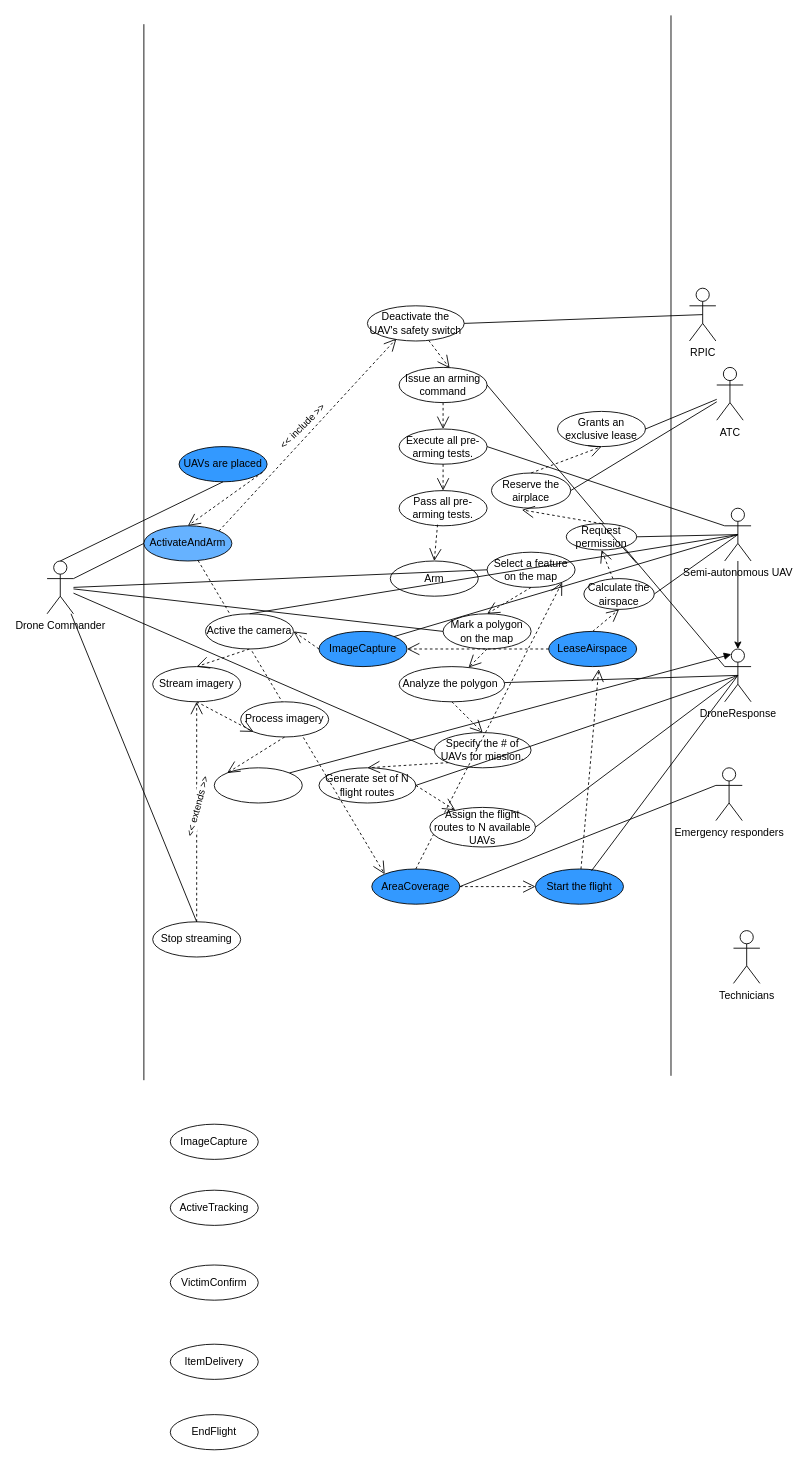
This is Assignment-6-Ex-1.drawio from bekzod-amonov/Software-Engineering, a draw.io file, before an edit. Source tidied: cells renumbered, new cells numbered last; positions are measured from the earlier drawing's top-left corner, leaving out a move shared by most shapes. Both pictures are drawn from the tidied source at 88%, with x=0, y=0 at pixel (47, 15).
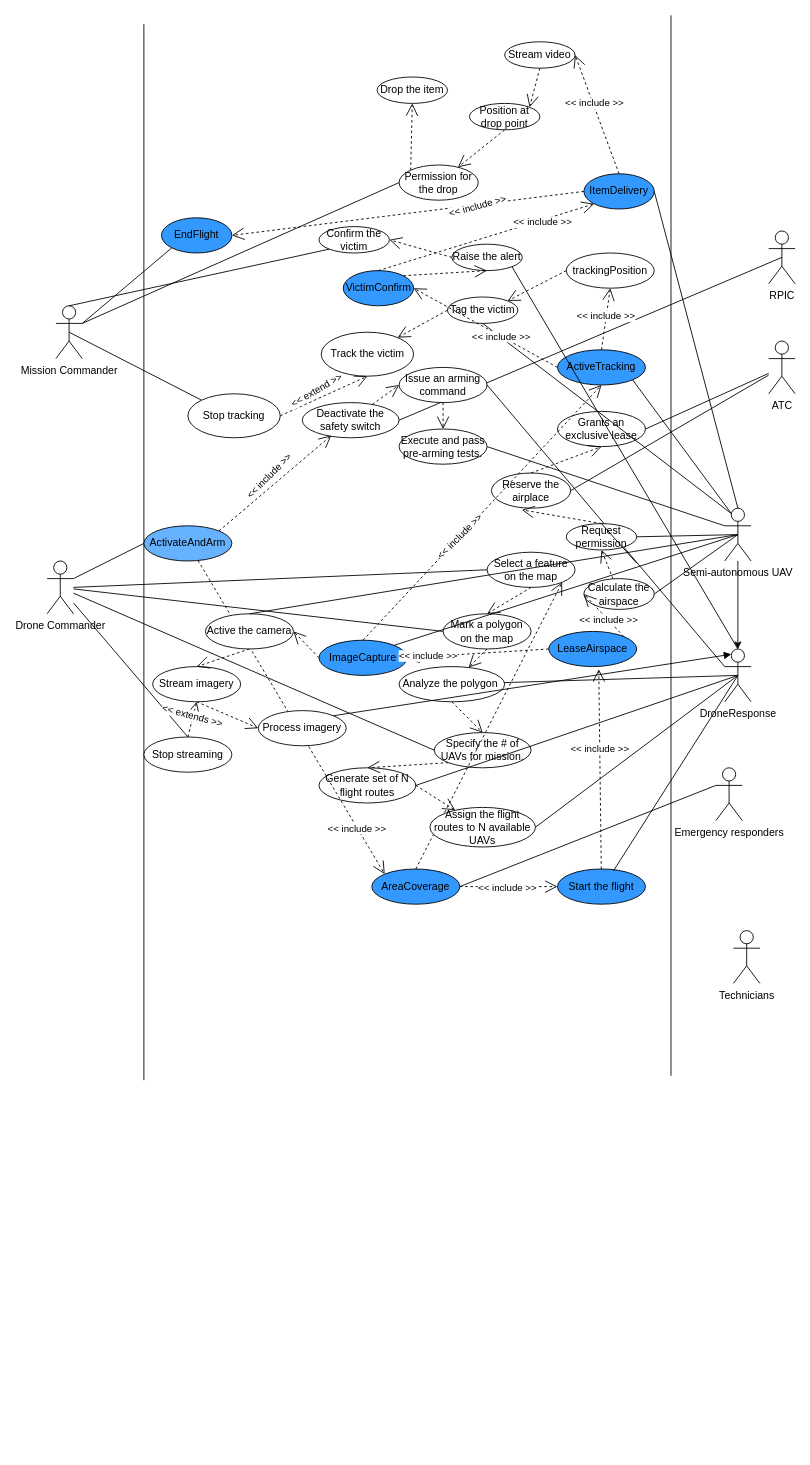
Above is the later version.

The change refers to these unchanged cells:
```xml
<mxCell id="4" value="Drone Commander" style="shape=umlActor;verticalLabelPosition=bottom;verticalAlign=top;html=1;" parent="1" vertex="1">
  <mxGeometry y="620" width="30" height="60" as="geometry" />
</mxCell>
<mxCell id="5" value="Semi-autonomous UAV" style="shape=umlActor;verticalLabelPosition=bottom;verticalAlign=top;html=1;" parent="1" vertex="1">
  <mxGeometry x="770" y="560" width="30" height="60" as="geometry" />
</mxCell>
<mxCell id="7" value="DroneResponse" style="shape=umlActor;verticalLabelPosition=bottom;verticalAlign=top;html=1;" parent="1" vertex="1">
  <mxGeometry x="770" y="720" width="30" height="60" as="geometry" />
</mxCell>
<mxCell id="10" value="ActivateAndArm" style="ellipse;whiteSpace=wrap;html=1;align=center;fillColor=#66B2FF;" parent="1" vertex="1">
  <mxGeometry x="110" y="580" width="100" height="40" as="geometry" />
</mxCell>
<mxCell id="12" value="LeaseAirspace" style="ellipse;whiteSpace=wrap;html=1;align=center;fillColor=#3399FF;" parent="1" vertex="1">
  <mxGeometry x="570" y="700" width="100" height="40" as="geometry" />
</mxCell>
<mxCell id="25" value="Issue an arming command" style="ellipse;whiteSpace=wrap;html=1;align=center;" parent="1" vertex="1">
  <mxGeometry x="400" y="400" width="100" height="40" as="geometry" />
</mxCell>
<mxCell id="52" style="endArrow=open;endSize=12;dashed=1;html=1;rounded=0;entryX=0;entryY=0;entryDx=0;entryDy=0;" parent="1" edge="1" source="10" target="11">
  <mxGeometry x="-0.19" y="26" relative="1" as="geometry" />
</mxCell>
<mxCell id="54" style="endArrow=open;endSize=12;dashed=1;html=1;rounded=0;exitX=1;exitY=0.5;exitDx=0;exitDy=0;entryX=0;entryY=0.5;entryDx=0;entryDy=0;" parent="1" edge="1" source="11" target="53">
  <mxGeometry x="-0.19" y="26" relative="1" as="geometry" />
</mxCell>
<mxCell id="56" style="endArrow=open;endSize=12;dashed=1;html=1;rounded=0;entryX=0.569;entryY=1.075;entryDx=0;entryDy=0;entryPerimeter=0;" parent="1" edge="1" source="53" target="12">
  <mxGeometry x="-0.19" y="26" relative="1" as="geometry" />
</mxCell>
<mxCell id="57" value="Calculate the airspace" style="ellipse;whiteSpace=wrap;html=1;align=center;" parent="1" vertex="1">
  <mxGeometry x="610" y="640" width="80" height="35" as="geometry" />
</mxCell>
<mxCell id="77" value="Stream imagery" style="ellipse;whiteSpace=wrap;html=1;align=center;" parent="1" vertex="1">
  <mxGeometry x="120" y="740" width="100" height="40" as="geometry" />
</mxCell>
<mxCell id="82" style="endArrow=open;endSize=12;dashed=1;html=1;rounded=0;exitX=0.5;exitY=0;exitDx=0;exitDy=0;entryX=0.5;entryY=1;entryDx=0;entryDy=0;" parent="1" edge="1" source="80" target="77">
  <mxGeometry x="-0.19" y="26" relative="1" as="geometry" />
</mxCell>
<mxCell id="84" style="endArrow=open;endSize=12;dashed=1;html=1;rounded=0;exitX=0;exitY=0.5;exitDx=0;exitDy=0;entryX=1;entryY=0.5;entryDx=0;entryDy=0;" parent="1" edge="1" source="12" target="75">
  <mxGeometry x="-0.19" y="26" relative="1" as="geometry" />
</mxCell>
```

The edit, as a diff of the source:
```diff
@@
     <mxCell id="8" value="RPIC" style="shape=umlActor;verticalLabelPosition=bottom;verticalAlign=top;html=1;" parent="1" vertex="1">
-      <mxGeometry x="730" y="310" width="30" height="60" as="geometry" />
+      <mxGeometry x="820" y="245" width="30" height="60" as="geometry" />
     </mxCell>
@@
-    <mxCell id="13" value="ImageCapture" style="ellipse;whiteSpace=wrap;html=1;align=center;" parent="1" vertex="1">
-      <mxGeometry x="140" y="1260" width="100" height="40" as="geometry" />
-    </mxCell>
-    <mxCell id="14" value="ActiveTracking" style="ellipse;whiteSpace=wrap;html=1;align=center;" parent="1" vertex="1">
-      <mxGeometry x="140" y="1335" width="100" height="40" as="geometry" />
-    </mxCell>
-    <mxCell id="15" value="VictimConfirm" style="ellipse;whiteSpace=wrap;html=1;align=center;" parent="1" vertex="1">
-      <mxGeometry x="140" y="1420" width="100" height="40" as="geometry" />
-    </mxCell>
-    <mxCell id="16" value="ItemDelivery" style="ellipse;whiteSpace=wrap;html=1;align=center;" parent="1" vertex="1">
-      <mxGeometry x="140" y="1510" width="100" height="40" as="geometry" />
-    </mxCell>
-    <mxCell id="17" value="EndFlight" style="ellipse;whiteSpace=wrap;html=1;align=center;" parent="1" vertex="1">
-      <mxGeometry x="140" y="1590" width="100" height="40" as="geometry" />
-    </mxCell>
@@
-    <mxCell id="21" value="Deactivate the UAV's safety switch" style="ellipse;whiteSpace=wrap;html=1;align=center;" parent="1" vertex="1">
-      <mxGeometry x="364" y="330" width="110" height="40" as="geometry" />
+    <mxCell id="21" value="Deactivate the safety switch" style="ellipse;whiteSpace=wrap;html=1;align=center;" parent="1" vertex="1">
+      <mxGeometry x="290" y="440" width="110" height="40" as="geometry" />
     </mxCell>
@@
-    <mxCell id="23" style="endArrow=open;endSize=12;dashed=1;html=1;rounded=0;entryX=0.574;entryY=0.021;entryDx=0;entryDy=0;entryPerimeter=0;" parent="1" edge="1" source="21" target="25">
+    <mxCell id="23" style="endArrow=open;endSize=12;dashed=1;html=1;rounded=0;entryX=0;entryY=0.5;entryDx=0;entryDy=0;" parent="1" edge="1" source="21" target="25">
       <mxGeometry x="-0.19" y="26" relative="1" as="geometry" />
     </mxCell>
@@
-    <mxCell id="26" value="Execute all pre-arming tests." style="ellipse;whiteSpace=wrap;html=1;align=center;" parent="1" vertex="1">
+    <mxCell id="26" value="Execute and pass pre-arming tests." style="ellipse;whiteSpace=wrap;html=1;align=center;" parent="1" vertex="1">
       <mxGeometry x="400" y="470" width="100" height="40" as="geometry" />
     </mxCell>
@@
-    <mxCell id="28" value="Pass all pre-arming tests." style="ellipse;whiteSpace=wrap;html=1;align=center;" parent="1" vertex="1">
-      <mxGeometry x="400" y="540" width="100" height="40" as="geometry" />
-    </mxCell>
-    <mxCell id="29" style="endArrow=open;endSize=12;dashed=1;html=1;rounded=0;exitX=0.5;exitY=1;exitDx=0;exitDy=0;entryX=0.5;entryY=0;entryDx=0;entryDy=0;" parent="1" edge="1" source="26" target="28">
-      <mxGeometry x="-0.19" y="26" relative="1" as="geometry" />
-    </mxCell>
@@
-    <mxCell id="32" value="Arm" style="ellipse;whiteSpace=wrap;html=1;align=center;" parent="1" vertex="1">
-      <mxGeometry x="390" y="620" width="100" height="40" as="geometry" />
-    </mxCell>
-    <mxCell id="33" style="endArrow=open;endSize=12;dashed=1;html=1;rounded=0;exitX=0.437;exitY=0.968;exitDx=0;exitDy=0;entryX=0.5;entryY=0;entryDx=0;entryDy=0;exitPerimeter=0;" parent="1" edge="1" source="28" target="32">
-      <mxGeometry x="-0.19" y="26" relative="1" as="geometry" />
-    </mxCell>
@@
-    <mxCell id="49" value="UAVs are placed" style="ellipse;whiteSpace=wrap;html=1;align=center;fillColor=#3399FF;" parent="1" vertex="1">
-      <mxGeometry x="150" y="490" width="100" height="40" as="geometry" />
-    </mxCell>
-    <mxCell id="50" style="endArrow=none;html=1;rounded=0;exitX=0.5;exitY=0;exitDx=0;exitDy=0;exitPerimeter=0;entryX=0.5;entryY=1;entryDx=0;entryDy=0;" parent="1" edge="1" source="4" target="49">
-      <mxGeometry relative="1" as="geometry" />
-    </mxCell>
-    <mxCell id="51" style="endArrow=open;endSize=12;dashed=1;html=1;rounded=0;exitX=0.948;exitY=0.733;exitDx=0;exitDy=0;entryX=0.5;entryY=0;entryDx=0;entryDy=0;exitPerimeter=0;fillColor=#3399FF;" parent="1" edge="1" source="49" target="10">
-      <mxGeometry x="-0.19" y="26" relative="1" as="geometry" />
-    </mxCell>
@@
+    <mxCell id="92" value="&amp;lt;&amp;lt; include &amp;gt;&amp;gt;" style="edgeLabel;html=1;align=center;verticalAlign=middle;" parent="52" vertex="1">
+      <mxGeometry x="0.7" y="-1" relative="1" as="geometry" />
+    </mxCell>
     <mxCell id="53" value="Start the flight" style="ellipse;whiteSpace=wrap;html=1;align=center;fillColor=#3399FF;" parent="1" vertex="1">
-      <mxGeometry x="555" y="970" width="100" height="40" as="geometry" />
+      <mxGeometry x="580" y="970" width="100" height="40" as="geometry" />
     </mxCell>
@@
+    <mxCell id="93" value="&amp;lt;&amp;lt; include &amp;gt;&amp;gt;" style="edgeLabel;html=1;align=center;verticalAlign=middle;" parent="54" vertex="1">
+      <mxGeometry x="-0.05" y="-1" relative="1" as="geometry" />
+    </mxCell>
@@
+    <mxCell id="94" value="&amp;lt;&amp;lt; include &amp;gt;&amp;gt;" style="edgeLabel;html=1;align=center;verticalAlign=middle;" parent="56" vertex="1">
+      <mxGeometry x="0.21" y="1" relative="1" as="geometry" />
+    </mxCell>
@@
-    <mxCell id="59" style="endArrow=open;endSize=12;dashed=1;html=1;rounded=0;exitX=0.5;exitY=0;exitDx=0;exitDy=0;entryX=0.5;entryY=1;entryDx=0;entryDy=0;" parent="1" edge="1" source="12" target="57">
+    <mxCell id="59" style="endArrow=open;endSize=12;dashed=1;html=1;rounded=0;exitX=1;exitY=0;exitDx=0;exitDy=0;entryX=0;entryY=0.5;entryDx=0;entryDy=0;" parent="1" edge="1" source="12" target="57">
       <mxGeometry x="-0.19" y="26" relative="1" as="geometry" />
     </mxCell>
+    <mxCell id="95" value="&amp;lt;&amp;lt; include &amp;gt;&amp;gt;" style="edgeLabel;html=1;align=center;verticalAlign=middle;" parent="59" vertex="1">
+      <mxGeometry x="-0.22" relative="1" as="geometry" />
+    </mxCell>
     <mxCell id="60" value="ATC" style="shape=umlActor;verticalLabelPosition=bottom;verticalAlign=top;html=1;" parent="1" vertex="1">
-      <mxGeometry x="761" y="400" width="30" height="60" as="geometry" />
+      <mxGeometry x="820" y="370" width="30" height="60" as="geometry" />
     </mxCell>
@@
     <mxCell id="75" value="ImageCapture" style="ellipse;whiteSpace=wrap;html=1;align=center;fillColor=#3399FF;" parent="1" vertex="1">
-      <mxGeometry x="309" y="700" width="100" height="40" as="geometry" />
+      <mxGeometry x="309" y="710" width="100" height="40" as="geometry" />
     </mxCell>
@@
-    <mxCell id="78" value="Process imagery" style="ellipse;whiteSpace=wrap;html=1;align=center;" parent="1" vertex="1">
-      <mxGeometry x="220" y="780" width="100" height="40" as="geometry" />
-    </mxCell>
-    <mxCell id="79" style="ellipse;whiteSpace=wrap;html=1;align=center;" parent="1" vertex="1">
-      <mxGeometry x="190" y="855" width="100" height="40" as="geometry" />
+    <mxCell id="79" value="Process imagery" style="ellipse;whiteSpace=wrap;html=1;align=center;" parent="1" vertex="1">
+      <mxGeometry x="240" y="790" width="100" height="40" as="geometry" />
     </mxCell>
     <mxCell id="80" value="Stop streaming" style="ellipse;whiteSpace=wrap;html=1;align=center;" parent="1" vertex="1">
-      <mxGeometry x="120" y="1030" width="100" height="40" as="geometry" />
+      <mxGeometry x="110" y="820" width="100" height="40" as="geometry" />
     </mxCell>
@@
-    <mxCell id="83" value="&amp;lt;&amp;lt; extends &amp;gt;&amp;gt;" style="edgeLabel;html=1;align=center;verticalAlign=middle;rotation=-75;" parent="82" vertex="1">
+    <mxCell id="83" value="&amp;lt;&amp;lt; extends &amp;gt;&amp;gt;" style="edgeLabel;html=1;align=center;verticalAlign=middle;rotation=15;" parent="82" vertex="1">
       <mxGeometry x="0.01" y="-1" relative="1" as="geometry">
         <mxPoint x="-1" y="-4" as="offset" />
       </mxGeometry>
     </mxCell>
@@
+    <mxCell id="96" value="&amp;lt;&amp;lt; include &amp;gt;&amp;gt;" style="edgeLabel;html=1;align=center;verticalAlign=middle;" parent="84" vertex="1">
+      <mxGeometry x="0.71" y="-1" relative="1" as="geometry" />
+    </mxCell>
@@
-    <mxCell id="87" style="endArrow=open;endSize=12;dashed=1;html=1;rounded=0;exitX=0.5;exitY=1;exitDx=0;exitDy=0;entryX=0;entryY=1;entryDx=0;entryDy=0;" parent="1" edge="1" source="77" target="78">
+    <mxCell id="87" style="endArrow=open;endSize=12;dashed=1;html=1;rounded=0;exitX=0.5;exitY=1;exitDx=0;exitDy=0;entryX=0;entryY=0.5;entryDx=0;entryDy=0;" parent="1" edge="1" source="77" target="79">
       <mxGeometry x="-0.19" y="26" relative="1" as="geometry" />
     </mxCell>
@@
-    <mxCell id="89" style="endArrow=open;endSize=12;dashed=1;html=1;rounded=0;exitX=0.5;exitY=1;exitDx=0;exitDy=0;entryX=0;entryY=0;entryDx=0;entryDy=0;" parent="1" edge="1" source="78" target="79">
-      <mxGeometry x="-0.19" y="26" relative="1" as="geometry" />
-    </mxCell>
@@
+    <mxCell id="14" value="ActiveTracking" style="ellipse;whiteSpace=wrap;html=1;align=center;fillColor=#3399FF;" parent="1" vertex="1">
+      <mxGeometry x="580" y="380" width="100" height="40" as="geometry" />
+    </mxCell>
+    <mxCell id="97" style="endArrow=open;endSize=12;dashed=1;html=1;rounded=0;exitX=0.5;exitY=0;exitDx=0;exitDy=0;entryX=0.5;entryY=1;entryDx=0;entryDy=0;" parent="1" edge="1" source="75" target="14">
+      <mxGeometry x="-0.19" y="26" relative="1" as="geometry" />
+    </mxCell>
+    <mxCell id="98" value="&amp;lt;&amp;lt; include &amp;gt;&amp;gt;" style="edgeLabel;html=1;align=center;verticalAlign=middle;rotation=-45;" parent="97" vertex="1">
+      <mxGeometry x="0.03" y="-2" relative="1" as="geometry">
+        <mxPoint x="-31" y="30" as="offset" />
+      </mxGeometry>
+    </mxCell>
+    <mxCell id="99" style="endArrow=none;html=1;rounded=0;exitX=1;exitY=1;exitDx=0;exitDy=0;entryX=0.25;entryY=0.1;entryDx=0;entryDy=0;entryPerimeter=0;" parent="1" edge="1" source="14" target="5">
+      <mxGeometry relative="1" as="geometry" />
+    </mxCell>
+    <mxCell id="100" value="trackingPosition" style="ellipse;whiteSpace=wrap;html=1;align=center;" parent="1" vertex="1">
+      <mxGeometry x="590" y="270" width="100" height="40" as="geometry" />
+    </mxCell>
+    <mxCell id="101" style="endArrow=open;endSize=12;dashed=1;html=1;rounded=0;entryX=0.5;entryY=1;entryDx=0;entryDy=0;exitX=0.5;exitY=0;exitDx=0;exitDy=0;" parent="1" edge="1" source="14" target="100">
+      <mxGeometry x="-0.19" y="26" relative="1" as="geometry" />
+    </mxCell>
+    <mxCell id="102" value="&amp;lt;&amp;lt; include &amp;gt;&amp;gt;" style="edgeLabel;html=1;align=center;verticalAlign=middle;" parent="101" vertex="1">
+      <mxGeometry x="0.11" y="1" relative="1" as="geometry" />
+    </mxCell>
+    <mxCell id="103" value="Tag the victim" style="ellipse;whiteSpace=wrap;html=1;align=center;" parent="1" vertex="1">
+      <mxGeometry x="455" y="320" width="80" height="30" as="geometry" />
+    </mxCell>
+    <mxCell id="104" style="endArrow=open;endSize=12;dashed=1;html=1;rounded=0;entryX=1;entryY=0;entryDx=0;entryDy=0;exitX=0;exitY=0.5;exitDx=0;exitDy=0;" parent="1" edge="1" source="100" target="103">
+      <mxGeometry x="-0.19" y="26" relative="1" as="geometry" />
+    </mxCell>
+    <mxCell id="105" style="endArrow=none;html=1;rounded=0;exitX=0.5;exitY=1;exitDx=0;exitDy=0;entryX=0.25;entryY=0.1;entryDx=0;entryDy=0;entryPerimeter=0;" parent="1" edge="1" source="103" target="5">
+      <mxGeometry relative="1" as="geometry" />
+    </mxCell>
+    <mxCell id="106" value="Stop tracking" style="ellipse;whiteSpace=wrap;html=1;align=center;" parent="1" vertex="1">
+      <mxGeometry x="160" y="430" width="105" height="50" as="geometry" />
+    </mxCell>
+    <mxCell id="107" value="Mission Commander" style="shape=umlActor;verticalLabelPosition=bottom;verticalAlign=top;html=1;" parent="1" vertex="1">
+      <mxGeometry x="10" y="330" width="30" height="60" as="geometry" />
+    </mxCell>
+    <mxCell id="108" style="endArrow=none;html=1;rounded=0;exitX=0.5;exitY=0.5;exitDx=0;exitDy=0;exitPerimeter=0;entryX=0;entryY=0;entryDx=0;entryDy=0;" parent="1" edge="1" source="107" target="106">
+      <mxGeometry relative="1" as="geometry" />
+    </mxCell>
+    <mxCell id="109" style="endArrow=open;endSize=12;dashed=1;html=1;rounded=0;exitX=1;exitY=0.5;exitDx=0;exitDy=0;entryX=0.5;entryY=1;entryDx=0;entryDy=0;" parent="1" edge="1" source="106" target="111">
+      <mxGeometry x="-0.19" y="26" relative="1" as="geometry" />
+    </mxCell>
+    <mxCell id="110" value="&amp;lt;&amp;lt; extend &amp;gt;&amp;gt;" style="edgeLabel;html=1;align=center;verticalAlign=middle;rotation=-30;" parent="109" vertex="1">
+      <mxGeometry x="0.03" y="-2" relative="1" as="geometry">
+        <mxPoint x="-11" y="-8" as="offset" />
+      </mxGeometry>
+    </mxCell>
+    <mxCell id="111" value="Track the victim" style="ellipse;whiteSpace=wrap;html=1;align=center;" parent="1" vertex="1">
+      <mxGeometry x="311.5" y="360" width="105" height="50" as="geometry" />
+    </mxCell>
+    <mxCell id="112" style="endArrow=open;endSize=12;dashed=1;html=1;rounded=0;exitX=0;exitY=0.5;exitDx=0;exitDy=0;" parent="1" edge="1" source="103" target="111">
+      <mxGeometry x="-0.19" y="26" relative="1" as="geometry" />
+    </mxCell>
+    <mxCell id="15" value="VictimConfirm" style="ellipse;whiteSpace=wrap;html=1;align=center;fillColor=#3399FF;" parent="1" vertex="1">
+      <mxGeometry x="336.5" y="290" width="80" height="40" as="geometry" />
+    </mxCell>
+    <mxCell id="113" style="endArrow=open;endSize=12;dashed=1;html=1;rounded=0;exitX=0;exitY=0.5;exitDx=0;exitDy=0;entryX=1;entryY=0.5;entryDx=0;entryDy=0;" parent="1" edge="1" source="14" target="15">
+      <mxGeometry x="-0.19" y="26" relative="1" as="geometry" />
+    </mxCell>
+    <mxCell id="114" value="&amp;lt;&amp;lt; include &amp;gt;&amp;gt;" style="edgeLabel;html=1;align=center;verticalAlign=middle;" parent="113" vertex="1">
+      <mxGeometry x="-0.21" relative="1" as="geometry" />
+    </mxCell>
+    <mxCell id="115" style="endArrow=none;html=1;rounded=0;exitX=1;exitY=1;exitDx=0;exitDy=0;entryX=0.5;entryY=0;entryDx=0;entryDy=0;entryPerimeter=0;" parent="1" edge="1" source="116" target="7">
+      <mxGeometry relative="1" as="geometry" />
+    </mxCell>
+    <mxCell id="116" value="Raise the alert" style="ellipse;whiteSpace=wrap;html=1;align=center;" parent="1" vertex="1">
+      <mxGeometry x="460" y="260" width="80" height="30" as="geometry" />
+    </mxCell>
+    <mxCell id="117" value="Confirm the victim" style="ellipse;whiteSpace=wrap;html=1;align=center;" parent="1" vertex="1">
+      <mxGeometry x="309" y="240" width="80" height="30" as="geometry" />
+    </mxCell>
+    <mxCell id="118" style="endArrow=none;html=1;rounded=0;exitX=0.5;exitY=0;exitDx=0;exitDy=0;exitPerimeter=0;entryX=0;entryY=1;entryDx=0;entryDy=0;" parent="1" edge="1" source="107" target="117">
+      <mxGeometry relative="1" as="geometry" />
+    </mxCell>
+    <mxCell id="119" style="endArrow=open;endSize=12;dashed=1;html=1;rounded=0;exitX=0;exitY=0.5;exitDx=0;exitDy=0;entryX=1;entryY=0.5;entryDx=0;entryDy=0;" parent="1" edge="1" source="116" target="117">
+      <mxGeometry x="-0.19" y="26" relative="1" as="geometry" />
+    </mxCell>
+    <mxCell id="120" style="endArrow=open;endSize=12;dashed=1;html=1;rounded=0;exitX=1;exitY=0;exitDx=0;exitDy=0;entryX=0.5;entryY=1;entryDx=0;entryDy=0;" parent="1" edge="1" source="15" target="116">
+      <mxGeometry x="-0.19" y="26" relative="1" as="geometry" />
+    </mxCell>
+    <mxCell id="16" value="ItemDelivery" style="ellipse;whiteSpace=wrap;html=1;align=center;fillColor=#3399FF;" parent="1" vertex="1">
+      <mxGeometry x="610" y="180" width="80" height="40" as="geometry" />
+    </mxCell>
+    <mxCell id="17" value="EndFlight" style="ellipse;whiteSpace=wrap;html=1;align=center;fillColor=#3399FF;" parent="1" vertex="1">
+      <mxGeometry x="130" y="230" width="80" height="40" as="geometry" />
+    </mxCell>
+    <mxCell id="121" style="endArrow=none;html=1;rounded=0;exitX=1;exitY=0.3333333333333333;exitDx=0;exitDy=0;exitPerimeter=0;entryX=0;entryY=1;entryDx=0;entryDy=0;" parent="1" edge="1" source="107" target="17">
+      <mxGeometry relative="1" as="geometry" />
+    </mxCell>
+    <mxCell id="122" style="endArrow=open;endSize=12;dashed=1;html=1;rounded=0;exitX=0;exitY=0.5;exitDx=0;exitDy=0;entryX=1;entryY=0.5;entryDx=0;entryDy=0;" parent="1" edge="1" source="16" target="17">
+      <mxGeometry x="-0.19" y="26" relative="1" as="geometry" />
+    </mxCell>
+    <mxCell id="123" value="&amp;lt;&amp;lt; include &amp;gt;&amp;gt;" style="edgeLabel;html=1;align=center;verticalAlign=middle;rotation=-15;" parent="122" vertex="1">
+      <mxGeometry x="-0.39" y="1" relative="1" as="geometry" />
+    </mxCell>
+    <mxCell id="124" style="endArrow=open;endSize=12;dashed=1;html=1;rounded=0;exitX=0.5;exitY=0;exitDx=0;exitDy=0;entryX=0;entryY=1;entryDx=0;entryDy=0;" parent="1" edge="1" source="15" target="16">
+      <mxGeometry x="-0.19" y="26" relative="1" as="geometry" />
+    </mxCell>
+    <mxCell id="125" value="&amp;lt;&amp;lt; include &amp;gt;&amp;gt;" style="edgeLabel;html=1;align=center;verticalAlign=middle;" parent="124" vertex="1">
+      <mxGeometry x="0.51" y="-2" relative="1" as="geometry" />
+    </mxCell>
+    <mxCell id="126" style="endArrow=none;html=1;rounded=0;exitX=1;exitY=0.5;exitDx=0;exitDy=0;entryX=0.5;entryY=0;entryDx=0;entryDy=0;entryPerimeter=0;" parent="1" edge="1" source="16" target="5">
+      <mxGeometry relative="1" as="geometry" />
+    </mxCell>
+    <mxCell id="127" value="Stream video" style="ellipse;whiteSpace=wrap;html=1;align=center;" parent="1" vertex="1">
+      <mxGeometry x="520" y="30" width="80" height="30" as="geometry" />
+    </mxCell>
+    <mxCell id="128" value="Position at drop point" style="ellipse;whiteSpace=wrap;html=1;align=center;" parent="1" vertex="1">
+      <mxGeometry x="480" y="100" width="80" height="30" as="geometry" />
+    </mxCell>
+    <mxCell id="129" value="Permission for the drop" style="ellipse;whiteSpace=wrap;html=1;align=center;" parent="1" vertex="1">
+      <mxGeometry x="400" y="170" width="90" height="40" as="geometry" />
+    </mxCell>
+    <mxCell id="130" style="endArrow=open;endSize=12;dashed=1;html=1;rounded=0;exitX=0.5;exitY=0;exitDx=0;exitDy=0;entryX=1;entryY=0.5;entryDx=0;entryDy=0;" parent="1" edge="1" source="16" target="127">
+      <mxGeometry x="-0.19" y="26" relative="1" as="geometry" />
+    </mxCell>
+    <mxCell id="131" value="&amp;lt;&amp;lt; include &amp;gt;&amp;gt;" style="edgeLabel;html=1;align=center;verticalAlign=middle;" parent="130" vertex="1">
+      <mxGeometry x="0.18" y="-1" relative="1" as="geometry" />
+    </mxCell>
+    <mxCell id="132" style="endArrow=open;endSize=12;dashed=1;html=1;rounded=0;exitX=0.5;exitY=1;exitDx=0;exitDy=0;entryX=1;entryY=0;entryDx=0;entryDy=0;" parent="1" edge="1" source="127" target="128">
+      <mxGeometry x="-0.19" y="26" relative="1" as="geometry" />
+    </mxCell>
+    <mxCell id="133" style="endArrow=open;endSize=12;dashed=1;html=1;rounded=0;exitX=0.5;exitY=1;exitDx=0;exitDy=0;" parent="1" edge="1" source="128" target="129">
+      <mxGeometry x="-0.19" y="26" relative="1" as="geometry" />
+    </mxCell>
+    <mxCell id="134" style="endArrow=none;html=1;rounded=0;exitX=1;exitY=0.3333333333333333;exitDx=0;exitDy=0;exitPerimeter=0;entryX=0;entryY=0.5;entryDx=0;entryDy=0;" parent="1" edge="1" source="107" target="129">
+      <mxGeometry relative="1" as="geometry" />
+    </mxCell>
+    <mxCell id="135" value="Drop the item" style="ellipse;whiteSpace=wrap;html=1;align=center;" parent="1" vertex="1">
+      <mxGeometry x="375" y="70" width="80" height="30" as="geometry" />
+    </mxCell>
+    <mxCell id="136" style="endArrow=open;endSize=12;dashed=1;html=1;rounded=0;exitX=0;exitY=0;exitDx=0;exitDy=0;entryX=0.5;entryY=1;entryDx=0;entryDy=0;" parent="1" edge="1" source="129" target="135">
+      <mxGeometry x="-0.19" y="26" relative="1" as="geometry" />
+    </mxCell>
```
